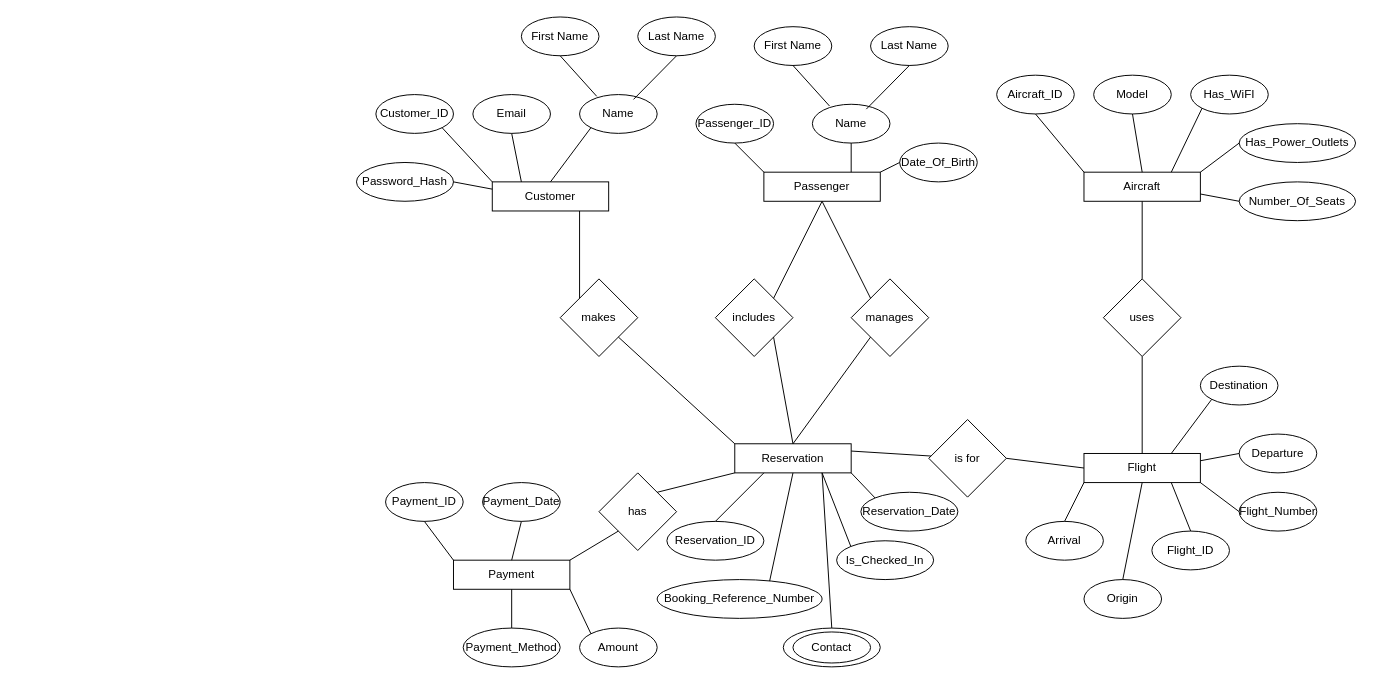
The draw.io diagram page "Page-1" (1 of 2) of diagrams/snoopy-airlines-eer.drawio in Persona5-Joker/4347-Database-Project-Snoopy-Airlines-, before the edit. Source tidied: cells renumbered, new cells numbered last; positions are measured from the earlier drawing's top-left corner, leaving out a move shared by most shapes. Both pictures are drawn from the tidied source at 97%, with x=0, y=0 at pixel (356, 16).
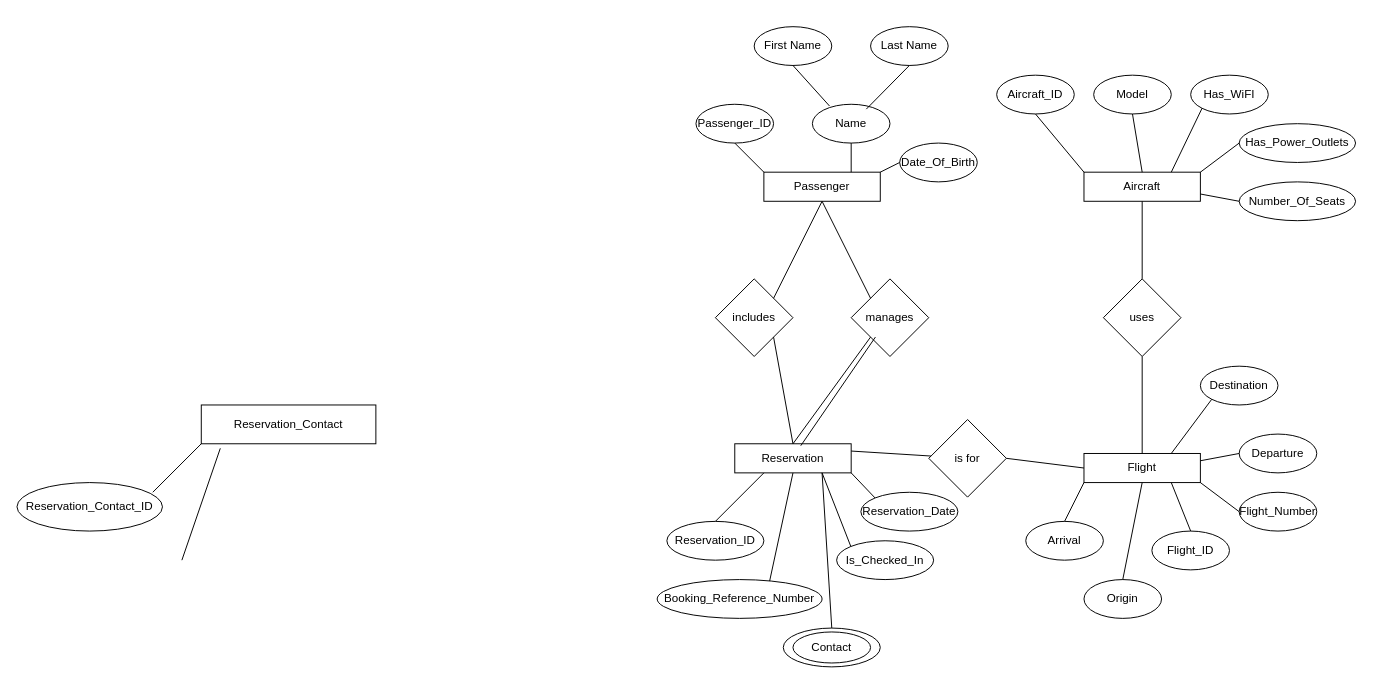
The same diagram, later.

Unchanged cells that the change refers to:
```xml
<mxCell id="7" value="Reservation" style="rounded=0;whiteSpace=wrap;html=1;" parent="1" vertex="1">
  <mxGeometry x="390" y="440" width="120" height="30" as="geometry" />
</mxCell>
```

Diff of the diagram source:
```diff
@@
-    <mxCell id="3" value="Customer" style="rounded=0;whiteSpace=wrap;html=1;" parent="1" vertex="1">
-      <mxGeometry x="140" y="170" width="120" height="30" as="geometry" />
-    </mxCell>
@@
-    <mxCell id="8" value="Payment" style="rounded=0;whiteSpace=wrap;html=1;" parent="1" vertex="1">
-      <mxGeometry x="100" y="560" width="120" height="30" as="geometry" />
-    </mxCell>
@@
-    <mxCell id="11" value="has" style="rhombus;whiteSpace=wrap;html=1;" parent="1" vertex="1">
-      <mxGeometry x="250" y="470" width="80" height="80" as="geometry" />
-    </mxCell>
-    <mxCell id="12" style="endArrow=none;html=1;rounded=0;exitX=1;exitY=0;exitDx=0;exitDy=0;entryX=0;entryY=1;entryDx=0;entryDy=0;" parent="1" edge="1" source="8" target="11">
-      <mxGeometry relative="1" as="geometry" />
-    </mxCell>
-    <mxCell id="13" style="endArrow=none;html=1;rounded=0;entryX=0;entryY=1;entryDx=0;entryDy=0;exitX=1;exitY=0;exitDx=0;exitDy=0;" parent="1" edge="1" source="11" target="7">
-      <mxGeometry relative="1" as="geometry" />
-    </mxCell>
@@
-    <mxCell id="20" value="makes" style="rhombus;whiteSpace=wrap;html=1;" parent="1" vertex="1">
-      <mxGeometry x="210" y="270" width="80" height="80" as="geometry" />
-    </mxCell>
-    <mxCell id="21" style="endArrow=none;html=1;rounded=0;entryX=0.75;entryY=1;entryDx=0;entryDy=0;exitX=0;exitY=0;exitDx=0;exitDy=0;" parent="1" edge="1" source="20" target="3">
-      <mxGeometry relative="1" as="geometry" />
-    </mxCell>
-    <mxCell id="22" style="endArrow=none;html=1;rounded=0;entryX=1;entryY=1;entryDx=0;entryDy=0;exitX=0;exitY=0;exitDx=0;exitDy=0;" parent="1" edge="1" source="7" target="20">
-      <mxGeometry relative="1" as="geometry" />
-    </mxCell>
@@
-    <mxCell id="26" value="Customer_ID" style="ellipse;whiteSpace=wrap;html=1;" parent="1" vertex="1">
-      <mxGeometry x="20" y="80" width="80" height="40" as="geometry" />
-    </mxCell>
-    <mxCell id="27" value="Email" style="ellipse;whiteSpace=wrap;html=1;" parent="1" vertex="1">
-      <mxGeometry x="120" y="80" width="80" height="40" as="geometry" />
-    </mxCell>
-    <mxCell id="28" value="Name" style="ellipse;whiteSpace=wrap;html=1;" parent="1" vertex="1">
-      <mxGeometry x="230" y="80" width="80" height="40" as="geometry" />
-    </mxCell>
-    <mxCell id="29" value="First Name" style="ellipse;whiteSpace=wrap;html=1;" parent="1" vertex="1">
-      <mxGeometry x="170" width="80" height="40" as="geometry" />
-    </mxCell>
-    <mxCell id="30" value="Last Name" style="ellipse;whiteSpace=wrap;html=1;" parent="1" vertex="1">
-      <mxGeometry x="290" width="80" height="40" as="geometry" />
-    </mxCell>
-    <mxCell id="31" style="endArrow=none;html=1;rounded=0;entryX=0.5;entryY=1;entryDx=0;entryDy=0;exitX=0.182;exitY=-0.019;exitDx=0;exitDy=0;exitPerimeter=0;" parent="1" edge="1" target="29">
-      <mxGeometry relative="1" as="geometry">
-        <mxPoint x="247.7" y="81.8" as="sourcePoint" />
-      </mxGeometry>
-    </mxCell>
-    <mxCell id="32" style="endArrow=none;html=1;rounded=0;entryX=0.5;entryY=1;entryDx=0;entryDy=0;exitX=0.723;exitY=0.071;exitDx=0;exitDy=0;exitPerimeter=0;" parent="1" edge="1" target="30">
-      <mxGeometry relative="1" as="geometry">
-        <mxPoint x="285.6" y="85" as="sourcePoint" />
-      </mxGeometry>
-    </mxCell>
-    <mxCell id="33" value="Password_Hash" style="ellipse;whiteSpace=wrap;html=1;" parent="1" vertex="1">
-      <mxGeometry y="150" width="100" height="40" as="geometry" />
-    </mxCell>
-    <mxCell id="34" style="endArrow=none;html=1;rounded=0;entryX=1;entryY=0.5;entryDx=0;entryDy=0;exitX=0;exitY=0.25;exitDx=0;exitDy=0;" parent="1" edge="1" source="3" target="33">
-      <mxGeometry relative="1" as="geometry" />
-    </mxCell>
-    <mxCell id="35" style="endArrow=none;html=1;rounded=0;entryX=1;entryY=1;entryDx=0;entryDy=0;exitX=0;exitY=0;exitDx=0;exitDy=0;" parent="1" edge="1" source="3" target="26">
-      <mxGeometry relative="1" as="geometry" />
-    </mxCell>
-    <mxCell id="36" style="endArrow=none;html=1;rounded=0;entryX=0.5;entryY=1;entryDx=0;entryDy=0;exitX=0.25;exitY=0;exitDx=0;exitDy=0;" parent="1" edge="1" source="3" target="27">
-      <mxGeometry relative="1" as="geometry" />
-    </mxCell>
-    <mxCell id="37" style="endArrow=none;html=1;rounded=0;entryX=0;entryY=1;entryDx=0;entryDy=0;exitX=0.5;exitY=0;exitDx=0;exitDy=0;" parent="1" edge="1" source="3" target="28">
-      <mxGeometry relative="1" as="geometry" />
-    </mxCell>
-    <mxCell id="38" value="Payment_ID" style="ellipse;whiteSpace=wrap;html=1;" parent="1" vertex="1">
-      <mxGeometry x="30" y="480" width="80" height="40" as="geometry" />
-    </mxCell>
-    <mxCell id="39" value="Payment_Date" style="ellipse;whiteSpace=wrap;html=1;" parent="1" vertex="1">
-      <mxGeometry x="130" y="480" width="80" height="40" as="geometry" />
-    </mxCell>
-    <mxCell id="40" value="Amount" style="ellipse;whiteSpace=wrap;html=1;" parent="1" vertex="1">
-      <mxGeometry x="230" y="630" width="80" height="40" as="geometry" />
-    </mxCell>
-    <mxCell id="41" value="Payment_Method" style="ellipse;whiteSpace=wrap;html=1;" parent="1" vertex="1">
-      <mxGeometry x="110" y="630" width="100" height="40" as="geometry" />
-    </mxCell>
-    <mxCell id="42" style="endArrow=none;html=1;rounded=0;exitX=0.5;exitY=1;exitDx=0;exitDy=0;entryX=0.5;entryY=0;entryDx=0;entryDy=0;" parent="1" edge="1" source="8" target="41">
-      <mxGeometry relative="1" as="geometry" />
-    </mxCell>
-    <mxCell id="43" style="endArrow=none;html=1;rounded=0;entryX=1;entryY=1;entryDx=0;entryDy=0;exitX=0;exitY=0;exitDx=0;exitDy=0;" parent="1" edge="1" source="40" target="8">
-      <mxGeometry relative="1" as="geometry" />
-    </mxCell>
@@
-    <mxCell id="66" style="endArrow=none;html=1;rounded=0;entryX=0.5;entryY=1;entryDx=0;entryDy=0;exitX=0;exitY=0;exitDx=0;exitDy=0;" parent="1" edge="1" source="8" target="38">
-      <mxGeometry relative="1" as="geometry" />
-    </mxCell>
-    <mxCell id="67" style="endArrow=none;html=1;rounded=0;entryX=0.5;entryY=1;entryDx=0;entryDy=0;exitX=0.5;exitY=0;exitDx=0;exitDy=0;" parent="1" edge="1" source="8" target="39">
-      <mxGeometry relative="1" as="geometry" />
-    </mxCell>
@@
+    <mxCell id="89" style="endArrow=none;html=1;rounded=0;exitX=0.567;exitY=0.067;exitDx=0;exitDy=0;exitPerimeter=0;" parent="1" edge="1" source="7">
+      <mxGeometry relative="1" as="geometry">
+        <mxPoint x="535" y="330" as="targetPoint" />
+      </mxGeometry>
+    </mxCell>
+    <mxCell id="90" style="rounded=0;whiteSpace=wrap;html=1;" parent="1" vertex="1">
+      <mxGeometry x="-160" y="400" width="180" height="40" as="geometry" />
+    </mxCell>
+    <mxCell id="91" value="Reservation_Contact" style="text;strokeColor=none;align=center;fillColor=none;html=1;verticalAlign=middle;whiteSpace=wrap;rounded=0;" parent="1" vertex="1">
+      <mxGeometry x="-150" y="405" width="160" height="30" as="geometry" />
+    </mxCell>
+    <mxCell id="92" style="endArrow=none;html=1;rounded=0;" parent="1" edge="1">
+      <mxGeometry relative="1" as="geometry">
+        <mxPoint x="-210" y="490" as="sourcePoint" />
+        <mxPoint x="-160" y="440" as="targetPoint" />
+      </mxGeometry>
+    </mxCell>
+    <mxCell id="93" style="ellipse;whiteSpace=wrap;html=1;" parent="1" vertex="1">
+      <mxGeometry x="-350" y="480" width="150" height="50" as="geometry" />
+    </mxCell>
+    <mxCell id="94" value="Reservation_Contact_ID" style="text;strokeColor=none;align=center;fillColor=none;html=1;verticalAlign=middle;whiteSpace=wrap;rounded=0;" parent="1" vertex="1">
+      <mxGeometry x="-330" y="490" width="110" height="30" as="geometry" />
+    </mxCell>
+    <mxCell id="95" style="endArrow=none;html=1;rounded=0;entryX=0.109;entryY=1.117;entryDx=0;entryDy=0;entryPerimeter=0;" parent="1" edge="1" target="90">
+      <mxGeometry relative="1" as="geometry">
+        <mxPoint x="-180" y="560" as="sourcePoint" />
+      </mxGeometry>
+    </mxCell>
```
